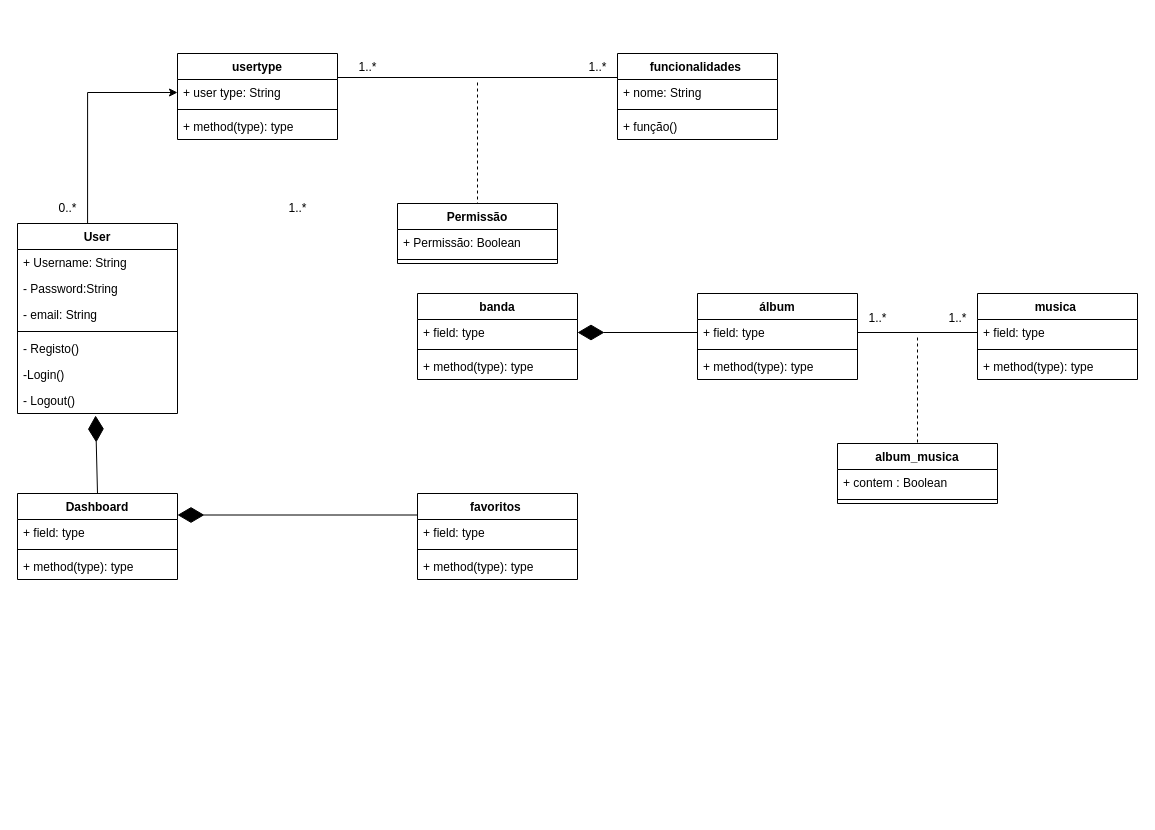
Before: UML/GonçaloOliveira_ex2_diagrama_de_classes.drawio in G-Man27/portfolio-CESAE, a draw.io diagram. Source tidied: cells renumbered, new cells numbered last; positions are measured from the earlier drawing's top-left corner, leaving out a move shared by most shapes. Both pictures are drawn from the tidied source at 100%, with x=0, y=0 at pixel (17, 52).
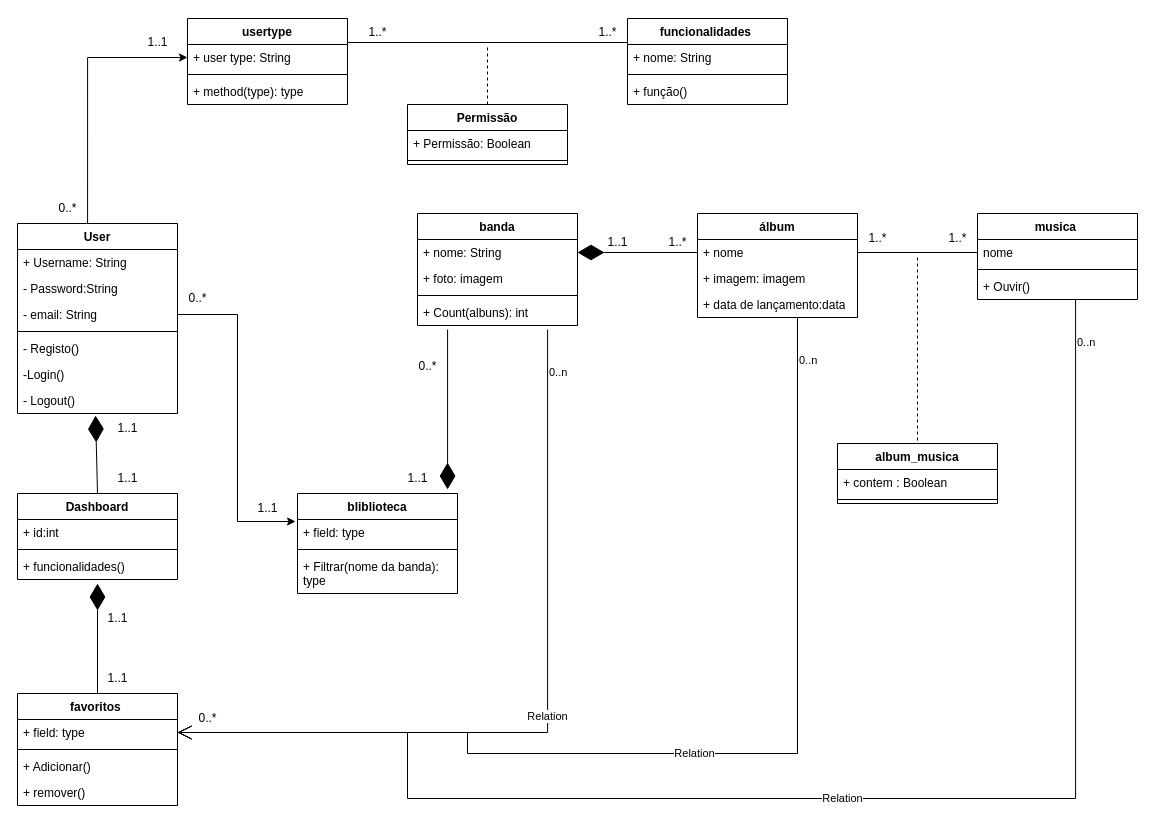
The same diagram, later.

Unchanged cells that the change refers to:
```xml
<mxCell id="5" value="- email: String" style="text;strokeColor=none;fillColor=none;align=left;verticalAlign=top;spacingLeft=4;spacingRight=4;overflow=hidden;points=[[0,0.5],[1,0.5]];portConstraint=eastwest;whiteSpace=wrap;html=1;" parent="2" vertex="1">
  <mxGeometry y="78" width="160" height="26" as="geometry" />
</mxCell>
<mxCell id="18" value="Dashboard" style="swimlane;fontStyle=1;align=center;verticalAlign=top;horizontal=1;startSize=26;whiteSpace=wrap;html=1;" parent="1" vertex="1">
  <mxGeometry y="441" width="160" height="86" as="geometry" />
</mxCell>
<mxCell id="38" value="+ field: type" style="text;strokeColor=none;fillColor=none;align=left;verticalAlign=top;spacingLeft=4;spacingRight=4;overflow=hidden;points=[[0,0.5],[1,0.5]];portConstraint=eastwest;whiteSpace=wrap;html=1;" parent="37" vertex="1">
  <mxGeometry y="26" width="160" height="26" as="geometry" />
</mxCell>
<mxCell id="41" value="album_musica" style="swimlane;fontStyle=1;align=center;verticalAlign=top;horizontal=1;startSize=26;whiteSpace=wrap;html=1;" parent="1" vertex="1">
  <mxGeometry x="820" y="391" width="160" height="60" as="geometry" />
</mxCell>
```

Change to the diagram source:
```diff
@@
     <mxCell id="10" value="banda" style="swimlane;fontStyle=1;align=center;verticalAlign=top;horizontal=1;startSize=26;whiteSpace=wrap;html=1;" parent="1" vertex="1">
-      <mxGeometry x="400" y="241" width="160" height="86" as="geometry" />
+      <mxGeometry x="400" y="161" width="160" height="112" as="geometry" />
     </mxCell>
-    <mxCell id="11" value="+ field: type" style="text;strokeColor=none;fillColor=none;align=left;verticalAlign=top;spacingLeft=4;spacingRight=4;overflow=hidden;points=[[0,0.5],[1,0.5]];portConstraint=eastwest;whiteSpace=wrap;html=1;" parent="10" vertex="1">
+    <mxCell id="11" value="+ nome: String" style="text;strokeColor=none;fillColor=none;align=left;verticalAlign=top;spacingLeft=4;spacingRight=4;overflow=hidden;points=[[0,0.5],[1,0.5]];portConstraint=eastwest;whiteSpace=wrap;html=1;" parent="10" vertex="1">
       <mxGeometry y="26" width="160" height="26" as="geometry" />
     </mxCell>
+    <mxCell id="58" value="+ foto: imagem" style="text;strokeColor=none;fillColor=none;align=left;verticalAlign=top;spacingLeft=4;spacingRight=4;overflow=hidden;whiteSpace=wrap;html=1;" parent="10" vertex="1">
+      <mxGeometry y="52" width="160" height="26" as="geometry" />
+    </mxCell>
     <mxCell id="12" style="line;strokeWidth=1;fillColor=none;align=left;verticalAlign=middle;spacingTop=-1;spacingLeft=3;spacingRight=3;labelPosition=right;strokeColor=inherit;" parent="10" vertex="1">
-      <mxGeometry y="52" width="160" height="8" as="geometry" />
+      <mxGeometry y="78" width="160" height="8" as="geometry" />
     </mxCell>
-    <mxCell id="13" value="+ method(type): type" style="text;strokeColor=none;fillColor=none;align=left;verticalAlign=top;spacingLeft=4;spacingRight=4;overflow=hidden;points=[[0,0.5],[1,0.5]];portConstraint=eastwest;whiteSpace=wrap;html=1;" parent="10" vertex="1">
-      <mxGeometry y="60" width="160" height="26" as="geometry" />
+    <mxCell id="13" value="+ Count(albuns): int" style="text;strokeColor=none;fillColor=none;align=left;verticalAlign=top;spacingLeft=4;spacingRight=4;overflow=hidden;points=[[0,0.5],[1,0.5]];portConstraint=eastwest;whiteSpace=wrap;html=1;" parent="10" vertex="1">
+      <mxGeometry y="86" width="160" height="26" as="geometry" />
     </mxCell>
     <mxCell id="14" value="álbum" style="swimlane;fontStyle=1;align=center;verticalAlign=top;horizontal=1;startSize=26;whiteSpace=wrap;html=1;" parent="1" vertex="1">
-      <mxGeometry x="680" y="241" width="160" height="86" as="geometry" />
+      <mxGeometry x="680" y="161" width="160" height="104" as="geometry" />
     </mxCell>
-    <mxCell id="15" value="+ field: type" style="text;strokeColor=none;fillColor=none;align=left;verticalAlign=top;spacingLeft=4;spacingRight=4;overflow=hidden;points=[[0,0.5],[1,0.5]];portConstraint=eastwest;whiteSpace=wrap;html=1;" parent="14" vertex="1">
+    <mxCell id="15" value="+ nome" style="text;strokeColor=none;fillColor=none;align=left;verticalAlign=top;spacingLeft=4;spacingRight=4;overflow=hidden;points=[[0,0.5],[1,0.5]];portConstraint=eastwest;whiteSpace=wrap;html=1;" parent="14" vertex="1">
       <mxGeometry y="26" width="160" height="26" as="geometry" />
     </mxCell>
-    <mxCell id="16" style="line;strokeWidth=1;fillColor=none;align=left;verticalAlign=middle;spacingTop=-1;spacingLeft=3;spacingRight=3;labelPosition=right;strokeColor=inherit;" parent="14" vertex="1">
-      <mxGeometry y="52" width="160" height="8" as="geometry" />
-    </mxCell>
-    <mxCell id="17" value="+ method(type): type" style="text;strokeColor=none;fillColor=none;align=left;verticalAlign=top;spacingLeft=4;spacingRight=4;overflow=hidden;whiteSpace=wrap;html=1;" parent="14" vertex="1">
-      <mxGeometry y="60" width="160" height="26" as="geometry" />
+    <mxCell id="17" value="+ imagem: imagem" style="text;strokeColor=none;fillColor=none;align=left;verticalAlign=top;spacingLeft=4;spacingRight=4;overflow=hidden;whiteSpace=wrap;html=1;" parent="14" vertex="1">
+      <mxGeometry y="52" width="160" height="26" as="geometry" />
     </mxCell>
+    <mxCell id="59" value="+ data de lançamento:data" style="text;strokeColor=none;fillColor=none;align=left;verticalAlign=top;spacingLeft=4;spacingRight=4;overflow=hidden;points=[[0,0.5],[1,0.5]];portConstraint=eastwest;whiteSpace=wrap;html=1;" parent="14" vertex="1">
+      <mxGeometry y="78" width="160" height="26" as="geometry" />
+    </mxCell>
@@
-    <mxCell id="19" value="+ field: type" style="text;strokeColor=none;fillColor=none;align=left;verticalAlign=top;spacingLeft=4;spacingRight=4;overflow=hidden;whiteSpace=wrap;html=1;" parent="18" vertex="1">
+    <mxCell id="19" value="+ id:int" style="text;strokeColor=none;fillColor=none;align=left;verticalAlign=top;spacingLeft=4;spacingRight=4;overflow=hidden;whiteSpace=wrap;html=1;" parent="18" vertex="1">
       <mxGeometry y="26" width="160" height="26" as="geometry" />
     </mxCell>
@@
-    <mxCell id="21" value="+ method(type): type" style="text;strokeColor=none;fillColor=none;align=left;verticalAlign=top;spacingLeft=4;spacingRight=4;overflow=hidden;points=[[0,0.5],[1,0.5]];portConstraint=eastwest;whiteSpace=wrap;html=1;" parent="18" vertex="1">
+    <mxCell id="21" value="+ funcionalidades()" style="text;strokeColor=none;fillColor=none;align=left;verticalAlign=top;spacingLeft=4;spacingRight=4;overflow=hidden;points=[[0,0.5],[1,0.5]];portConstraint=eastwest;whiteSpace=wrap;html=1;" parent="18" vertex="1">
       <mxGeometry y="60" width="160" height="26" as="geometry" />
     </mxCell>
     <mxCell id="22" value="musica&amp;nbsp;" style="swimlane;fontStyle=1;align=center;verticalAlign=top;horizontal=1;startSize=26;whiteSpace=wrap;html=1;" parent="1" vertex="1">
-      <mxGeometry x="960" y="241" width="160" height="86" as="geometry" />
+      <mxGeometry x="960" y="161" width="160" height="86" as="geometry" />
     </mxCell>
-    <mxCell id="23" value="+ field: type" style="text;strokeColor=none;fillColor=none;align=left;verticalAlign=top;spacingLeft=4;spacingRight=4;overflow=hidden;whiteSpace=wrap;html=1;" parent="22" vertex="1">
+    <mxCell id="23" value="nome" style="text;strokeColor=none;fillColor=none;align=left;verticalAlign=top;spacingLeft=4;spacingRight=4;overflow=hidden;whiteSpace=wrap;html=1;" parent="22" vertex="1">
       <mxGeometry y="26" width="160" height="26" as="geometry" />
     </mxCell>
@@
-    <mxCell id="25" value="+ method(type): type" style="text;strokeColor=none;fillColor=none;align=left;verticalAlign=top;spacingLeft=4;spacingRight=4;overflow=hidden;points=[[0,0.5],[1,0.5]];portConstraint=eastwest;whiteSpace=wrap;html=1;" parent="22" vertex="1">
+    <mxCell id="25" value="+ Ouvir()" style="text;strokeColor=none;fillColor=none;align=left;verticalAlign=top;spacingLeft=4;spacingRight=4;overflow=hidden;points=[[0,0.5],[1,0.5]];portConstraint=eastwest;whiteSpace=wrap;html=1;" parent="22" vertex="1">
       <mxGeometry y="60" width="160" height="26" as="geometry" />
     </mxCell>
     <mxCell id="26" value="usertype" style="swimlane;fontStyle=1;align=center;verticalAlign=top;horizontal=1;startSize=26;whiteSpace=wrap;html=1;" parent="1" vertex="1">
-      <mxGeometry x="160" y="1" width="160" height="86" as="geometry" />
+      <mxGeometry x="170" y="-34" width="160" height="86" as="geometry" />
     </mxCell>
@@
     <mxCell id="30" value="funcionalidades&amp;nbsp;" style="swimlane;fontStyle=1;align=center;verticalAlign=top;horizontal=1;startSize=26;whiteSpace=wrap;html=1;" parent="1" vertex="1">
-      <mxGeometry x="600" y="1" width="160" height="86" as="geometry" />
+      <mxGeometry x="610" y="-34" width="160" height="86" as="geometry" />
     </mxCell>
@@
     <mxCell id="34" value="Permissão" style="swimlane;fontStyle=1;align=center;verticalAlign=top;horizontal=1;startSize=26;whiteSpace=wrap;html=1;" parent="1" vertex="1">
-      <mxGeometry x="380" y="151" width="160" height="60" as="geometry" />
+      <mxGeometry x="390" y="52" width="160" height="60" as="geometry" />
     </mxCell>
@@
     <mxCell id="37" value="favoritos&amp;nbsp;" style="swimlane;fontStyle=1;align=center;verticalAlign=top;horizontal=1;startSize=26;whiteSpace=wrap;html=1;" parent="1" vertex="1">
-      <mxGeometry x="400" y="441" width="160" height="86" as="geometry" />
+      <mxGeometry y="641" width="160" height="112" as="geometry" />
     </mxCell>
@@
-    <mxCell id="40" value="+ method(type): type" style="text;strokeColor=none;fillColor=none;align=left;verticalAlign=top;spacingLeft=4;spacingRight=4;overflow=hidden;whiteSpace=wrap;html=1;" parent="37" vertex="1">
+    <mxCell id="40" value="+ Adicionar()" style="text;strokeColor=none;fillColor=none;align=left;verticalAlign=top;spacingLeft=4;spacingRight=4;overflow=hidden;whiteSpace=wrap;html=1;" parent="37" vertex="1">
       <mxGeometry y="60" width="160" height="26" as="geometry" />
     </mxCell>
+    <mxCell id="60" value="+ remover()" style="text;strokeColor=none;fillColor=none;align=left;verticalAlign=top;spacingLeft=4;spacingRight=4;overflow=hidden;whiteSpace=wrap;html=1;" parent="37" vertex="1">
+      <mxGeometry y="86" width="160" height="26" as="geometry" />
+    </mxCell>
@@
-    <mxCell id="44" style="edgeStyle=orthogonalEdgeStyle;rounded=0;jettySize=auto;html=1;endArrow=none;endFill=0;dashed=1;" parent="1" edge="1" source="45" target="41">
+    <mxCell id="44" style="edgeStyle=orthogonalEdgeStyle;rounded=0;jettySize=auto;html=1;endArrow=none;endFill=0;dashed=1;entryX=0.5;entryY=0;entryDx=0;entryDy=0;" parent="1" edge="1" source="45" target="41">
       <mxGeometry relative="1" as="geometry" />
     </mxCell>
     <mxCell id="45" style="shape=line;html=1;strokeWidth=1;strokeColor=#000000;" parent="1" vertex="1">
-      <mxGeometry x="840" y="275" width="120" height="10" as="geometry" />
+      <mxGeometry x="840" y="195" width="120" height="10" as="geometry" />
     </mxCell>
@@
     <mxCell id="47" style="shape=line;html=1;strokeWidth=1;strokeColor=#000000;" parent="1" vertex="1">
-      <mxGeometry x="320" y="20" width="280" height="10" as="geometry" />
+      <mxGeometry x="330" y="-15" width="280" height="10" as="geometry" />
     </mxCell>
@@
-    <mxCell id="50" style="endArrow=diamondThin;endFill=1;endSize=24;html=1;rounded=0;exitX=0;exitY=0.25;exitDx=0;exitDy=0;entryX=1;entryY=0.25;entryDx=0;entryDy=0;" parent="1" edge="1" source="37" target="18">
+    <mxCell id="50" style="endArrow=diamondThin;endFill=1;endSize=24;html=1;rounded=0;exitX=0.5;exitY=0;exitDx=0;exitDy=0;entryX=0.5;entryY=1.154;entryDx=0;entryDy=0;entryPerimeter=0;" parent="1" edge="1" source="37" target="21">
       <mxGeometry relative="1" as="geometry" />
     </mxCell>
@@
     <mxCell id="52" value="1..*" style="text;html=1;align=center;verticalAlign=middle;strokeColor=none;fillColor=none;" parent="1" vertex="1">
-      <mxGeometry x="840" y="251" width="40" height="30" as="geometry" />
+      <mxGeometry x="840" y="171" width="40" height="30" as="geometry" />
     </mxCell>
     <mxCell id="53" value="1..*" style="text;html=1;align=center;verticalAlign=middle;strokeColor=none;fillColor=none;" parent="1" vertex="1">
-      <mxGeometry x="920" y="251" width="40" height="30" as="geometry" />
+      <mxGeometry x="920" y="171" width="40" height="30" as="geometry" />
     </mxCell>
     <mxCell id="54" value="1..*" style="text;html=1;align=center;verticalAlign=middle;strokeColor=none;fillColor=none;" parent="1" vertex="1">
-      <mxGeometry x="330" width="40" height="30" as="geometry" />
+      <mxGeometry x="340" y="-35" width="40" height="30" as="geometry" />
     </mxCell>
     <mxCell id="55" value="1..*" style="text;html=1;align=center;verticalAlign=middle;strokeColor=none;fillColor=none;" parent="1" vertex="1">
-      <mxGeometry x="560" width="40" height="30" as="geometry" />
+      <mxGeometry x="570" y="-35" width="40" height="30" as="geometry" />
     </mxCell>
     <mxCell id="56" value="1..*" style="text;html=1;align=center;verticalAlign=middle;strokeColor=none;fillColor=none;" parent="1" vertex="1">
-      <mxGeometry x="260" y="141" width="40" height="30" as="geometry" />
+      <mxGeometry x="640" y="175" width="40" height="30" as="geometry" />
     </mxCell>
@@
+    <mxCell id="61" value="1..1" style="text;html=1;align=center;verticalAlign=middle;strokeColor=none;fillColor=none;" parent="1" vertex="1">
+      <mxGeometry x="120" y="-25" width="40" height="30" as="geometry" />
+    </mxCell>
+    <mxCell id="62" value="1..1" style="text;html=1;align=center;verticalAlign=middle;strokeColor=none;fillColor=none;" parent="1" vertex="1">
+      <mxGeometry x="90" y="411" width="40" height="30" as="geometry" />
+    </mxCell>
+    <mxCell id="63" value="1..1" style="text;html=1;align=center;verticalAlign=middle;strokeColor=none;fillColor=none;" parent="1" vertex="1">
+      <mxGeometry x="90" y="361" width="40" height="30" as="geometry" />
+    </mxCell>
+    <mxCell id="64" value="1..1" style="text;html=1;align=center;verticalAlign=middle;strokeColor=none;fillColor=none;" parent="1" vertex="1">
+      <mxGeometry x="80" y="611" width="40" height="30" as="geometry" />
+    </mxCell>
+    <mxCell id="65" value="1..1" style="text;html=1;align=center;verticalAlign=middle;strokeColor=none;fillColor=none;" parent="1" vertex="1">
+      <mxGeometry x="80" y="551" width="40" height="30" as="geometry" />
+    </mxCell>
+    <mxCell id="66" value="1..1" style="text;html=1;align=center;verticalAlign=middle;strokeColor=none;fillColor=none;" parent="1" vertex="1">
+      <mxGeometry x="580" y="175" width="40" height="30" as="geometry" />
+    </mxCell>
+    <mxCell id="67" style="edgeStyle=orthogonalEdgeStyle;rounded=0;jettySize=auto;html=1;entryX=-0.012;entryY=0.077;entryDx=0;entryDy=0;entryPerimeter=0;" parent="1" edge="1" source="5" target="69">
+      <mxGeometry relative="1" as="geometry" />
+    </mxCell>
+    <mxCell id="68" value="bliblioteca" style="swimlane;fontStyle=1;align=center;verticalAlign=top;horizontal=1;startSize=26;whiteSpace=wrap;html=1;" parent="1" vertex="1">
+      <mxGeometry x="280" y="441" width="160" height="100" as="geometry" />
+    </mxCell>
+    <mxCell id="69" value="+ field: type" style="text;strokeColor=none;fillColor=none;align=left;verticalAlign=top;spacingLeft=4;spacingRight=4;overflow=hidden;points=[[0,0.5],[1,0.5]];portConstraint=eastwest;whiteSpace=wrap;html=1;" parent="68" vertex="1">
+      <mxGeometry y="26" width="160" height="26" as="geometry" />
+    </mxCell>
+    <mxCell id="16" style="line;strokeWidth=1;fillColor=none;align=left;verticalAlign=middle;spacingTop=-1;spacingLeft=3;spacingRight=3;labelPosition=right;strokeColor=inherit;" parent="68" vertex="1">
+      <mxGeometry y="52" width="160" height="8" as="geometry" />
+    </mxCell>
+    <mxCell id="70" value="+ Filtrar(nome da banda): type" style="text;strokeColor=none;fillColor=none;align=left;verticalAlign=top;spacingLeft=4;spacingRight=4;overflow=hidden;whiteSpace=wrap;html=1;" parent="68" vertex="1">
+      <mxGeometry y="60" width="160" height="40" as="geometry" />
+    </mxCell>
+    <mxCell id="71" style="endArrow=diamondThin;endFill=1;endSize=24;html=1;rounded=0;exitX=0.188;exitY=1.154;exitDx=0;exitDy=0;entryX=0.938;entryY=-0.04;entryDx=0;entryDy=0;entryPerimeter=0;exitPerimeter=0;" parent="1" edge="1" source="13" target="68">
+      <mxGeometry relative="1" as="geometry" />
+    </mxCell>
+    <mxCell id="72" value="Relation" style="endArrow=open;html=1;endSize=12;startArrow=none;startSize=14;startFill=0;edgeStyle=orthogonalEdgeStyle;rounded=0;entryX=1;entryY=0.5;entryDx=0;entryDy=0;exitX=0.813;exitY=1.154;exitDx=0;exitDy=0;exitPerimeter=0;" parent="1" edge="1" source="13" target="38">
+      <mxGeometry relative="1" as="geometry">
+        <Array as="points">
+          <mxPoint x="530" y="680" />
+        </Array>
+      </mxGeometry>
+    </mxCell>
+    <mxCell id="73" value="0..n" style="edgeLabel;html=1;align=left;verticalAlign=top;" parent="72" vertex="1">
+      <mxGeometry x="-1" relative="1" as="geometry">
+        <mxPoint y="30" as="offset" />
+      </mxGeometry>
+    </mxCell>
+    <mxCell id="74" value="Relation" style="endArrow=open;html=1;endSize=12;startArrow=none;startSize=14;startFill=0;edgeStyle=orthogonalEdgeStyle;rounded=0;entryX=1;entryY=0.5;entryDx=0;entryDy=0;" parent="1" edge="1" source="59" target="38">
+      <mxGeometry relative="1" as="geometry">
+        <Array as="points">
+          <mxPoint x="780" y="701" />
+          <mxPoint x="450" y="701" />
+          <mxPoint x="450" y="680" />
+        </Array>
+      </mxGeometry>
+    </mxCell>
+    <mxCell id="75" value="0..n" style="edgeLabel;html=1;align=left;verticalAlign=top;" parent="74" vertex="1">
+      <mxGeometry x="-1" relative="1" as="geometry">
+        <mxPoint y="30" as="offset" />
+      </mxGeometry>
+    </mxCell>
+    <mxCell id="76" value="Relation" style="endArrow=open;html=1;endSize=12;startArrow=none;startSize=14;startFill=0;edgeStyle=orthogonalEdgeStyle;rounded=0;entryX=1;entryY=0.5;entryDx=0;entryDy=0;exitX=0.613;exitY=1;exitDx=0;exitDy=0;exitPerimeter=0;" parent="1" edge="1" source="25" target="38">
+      <mxGeometry relative="1" as="geometry">
+        <Array as="points">
+          <mxPoint x="1058" y="746" />
+          <mxPoint x="390" y="746" />
+          <mxPoint x="390" y="680" />
+        </Array>
+      </mxGeometry>
+    </mxCell>
+    <mxCell id="77" value="0..n" style="edgeLabel;html=1;align=left;verticalAlign=top;" parent="76" vertex="1">
+      <mxGeometry x="-1" relative="1" as="geometry">
+        <mxPoint y="30" as="offset" />
+      </mxGeometry>
+    </mxCell>
+    <mxCell id="78" value="0..*" style="text;html=1;align=center;verticalAlign=middle;strokeColor=none;fillColor=none;" parent="1" vertex="1">
+      <mxGeometry x="170" y="651" width="40" height="30" as="geometry" />
+    </mxCell>
+    <mxCell id="79" value="0..*" style="text;html=1;align=center;verticalAlign=middle;strokeColor=none;fillColor=none;" parent="1" vertex="1">
+      <mxGeometry x="160" y="231" width="40" height="30" as="geometry" />
+    </mxCell>
+    <mxCell id="80" value="1..1" style="text;html=1;align=center;verticalAlign=middle;strokeColor=none;fillColor=none;" parent="1" vertex="1">
+      <mxGeometry x="230" y="441" width="40" height="30" as="geometry" />
+    </mxCell>
+    <mxCell id="81" value="0..*" style="text;html=1;align=center;verticalAlign=middle;strokeColor=none;fillColor=none;" parent="1" vertex="1">
+      <mxGeometry x="390" y="299" width="40" height="30" as="geometry" />
+    </mxCell>
+    <mxCell id="82" value="1..1" style="text;html=1;align=center;verticalAlign=middle;strokeColor=none;fillColor=none;" parent="1" vertex="1">
+      <mxGeometry x="380" y="411" width="40" height="30" as="geometry" />
+    </mxCell>
```
